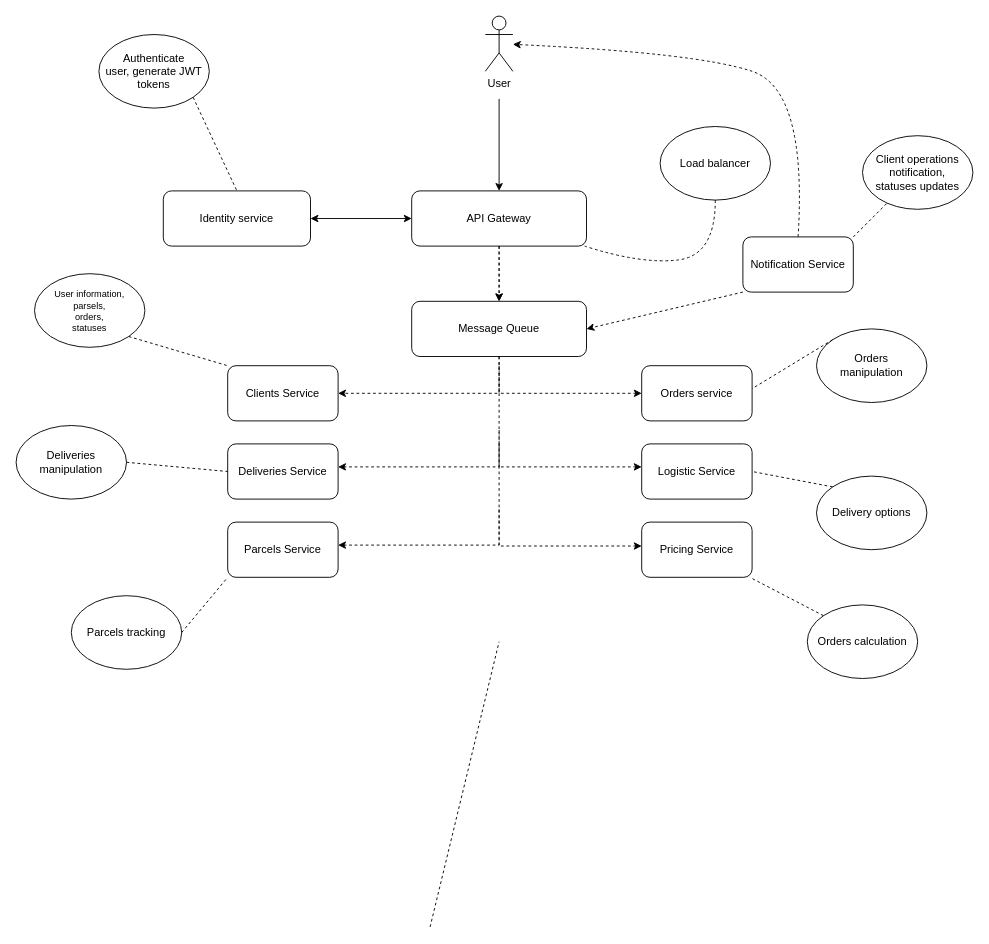
Before: post-service-arch.drawio in Fedoop1/post-service, a draw.io diagram. Source tidied: cells renumbered, new cells numbered last; positions are measured from the earlier drawing's top-left corner, leaving out a move shared by most shapes. Both pictures are drawn from the tidied source at 92%, with x=0, y=0 at pixel (16, 16).
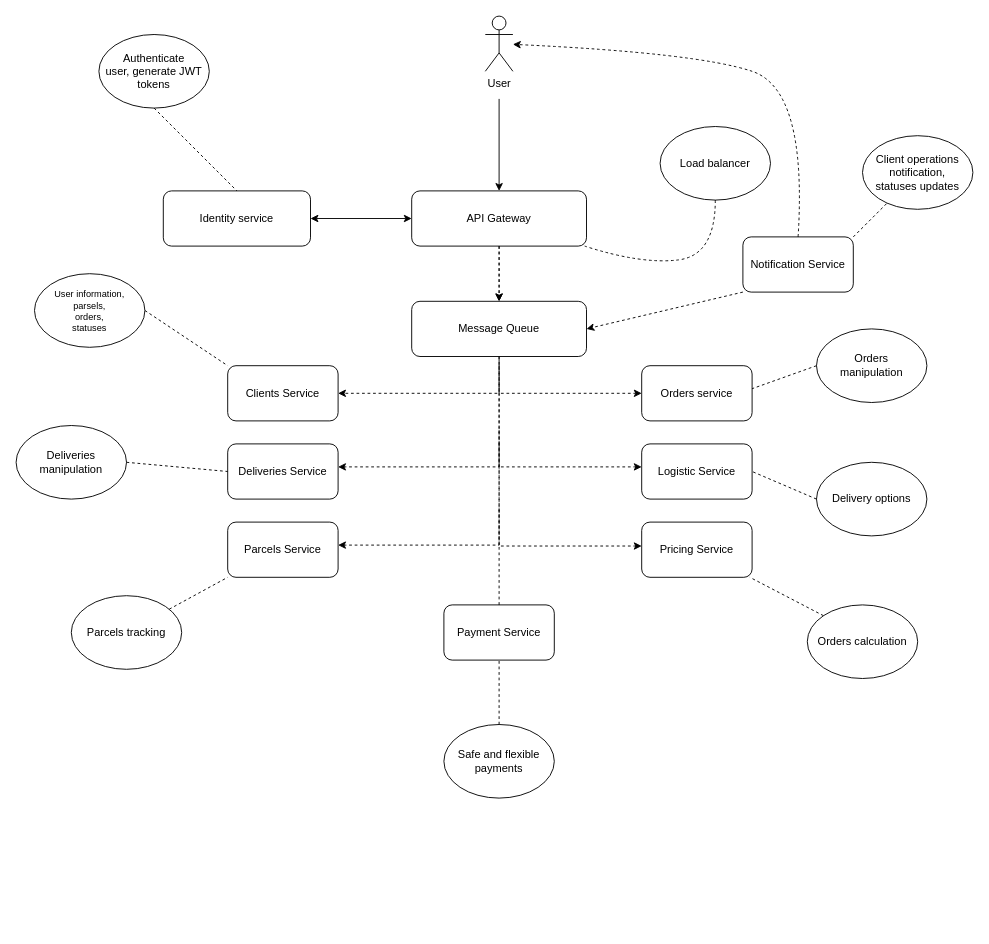
The same diagram, later.

Commit message (it also covers changes not shown here):
Update PostService diagrams

The change refers to these unchanged cells:
```xml
<mxCell id="6" value="Identity service" style="rounded=1;whiteSpace=wrap;html=1;" parent="1" vertex="1">
  <mxGeometry x="160" y="190" width="160" height="60" as="geometry" />
</mxCell>
<mxCell id="10" value="Clients Service" style="rounded=1;whiteSpace=wrap;html=1;" parent="1" vertex="1">
  <mxGeometry x="230" y="380" width="120" height="60" as="geometry" />
</mxCell>
<mxCell id="12" value="Parcels Service" style="rounded=1;whiteSpace=wrap;html=1;" parent="1" vertex="1">
  <mxGeometry x="230" y="550" width="120" height="60" as="geometry" />
</mxCell>
<mxCell id="14" value="Logistic Service" style="rounded=1;whiteSpace=wrap;html=1;" parent="1" vertex="1">
  <mxGeometry x="680" y="465" width="120" height="60" as="geometry" />
</mxCell>
<mxCell id="22" value="Authenticate&lt;br&gt;user, generate JWT tokens" style="ellipse;whiteSpace=wrap;html=1;" parent="1" vertex="1">
  <mxGeometry x="90" y="20" width="120" height="80" as="geometry" />
</mxCell>
<mxCell id="24" value="&lt;div&gt;&lt;span style=&quot;font-size: 10px&quot;&gt;User information,&lt;/span&gt;&lt;/div&gt;&lt;font style=&quot;font-size: 10px&quot;&gt;&lt;div&gt;&lt;span&gt;parsels,&lt;/span&gt;&lt;/div&gt;&lt;div&gt;&lt;span&gt;orders,&lt;/span&gt;&lt;/div&gt;&lt;div&gt;&lt;span&gt;statuses&lt;/span&gt;&lt;/div&gt;&lt;/font&gt;" style="ellipse;whiteSpace=wrap;html=1;align=center;" parent="1" vertex="1">
  <mxGeometry x="20" y="280" width="120" height="80" as="geometry" />
</mxCell>
<mxCell id="28" value="Parcels tracking&lt;br&gt;" style="ellipse;whiteSpace=wrap;html=1;" parent="1" vertex="1">
  <mxGeometry x="60" y="630" width="120" height="80" as="geometry" />
</mxCell>
<mxCell id="35" value="Orders &lt;br&gt;manipulation" style="ellipse;whiteSpace=wrap;html=1;" parent="1" vertex="1">
  <mxGeometry x="870" y="340" width="120" height="80" as="geometry" />
</mxCell>
```

Diff of the diagram source:
```diff
@@
-    <mxCell id="23" style="endArrow=none;dashed=1;html=1;rounded=0;exitX=1;exitY=1;exitDx=0;exitDy=0;entryX=0.5;entryY=0;entryDx=0;entryDy=0;" parent="1" edge="1" source="22" target="6">
+    <mxCell id="23" style="endArrow=none;dashed=1;html=1;rounded=0;exitX=0.5;exitY=1;exitDx=0;exitDy=0;entryX=0.5;entryY=0;entryDx=0;entryDy=0;" parent="1" edge="1" source="22" target="6">
       <mxGeometry relative="1" as="geometry" />
     </mxCell>
@@
-    <mxCell id="25" style="endArrow=none;dashed=1;html=1;rounded=0;exitX=1;exitY=1;exitDx=0;exitDy=0;entryX=0;entryY=0;entryDx=0;entryDy=0;" parent="1" edge="1" source="24" target="10">
+    <mxCell id="25" style="endArrow=none;dashed=1;html=1;rounded=0;exitX=1;exitY=0.5;exitDx=0;exitDy=0;entryX=0;entryY=0;entryDx=0;entryDy=0;" parent="1" edge="1" source="24" target="10">
       <mxGeometry relative="1" as="geometry" />
     </mxCell>
@@
-    <mxCell id="29" style="endArrow=none;dashed=1;html=1;rounded=0;exitX=1;exitY=0.5;exitDx=0;exitDy=0;entryX=0;entryY=1;entryDx=0;entryDy=0;" parent="1" edge="1" source="28" target="12">
+    <mxCell id="29" style="endArrow=none;dashed=1;html=1;rounded=0;entryX=0;entryY=1;entryDx=0;entryDy=0;" parent="1" edge="1" source="28" target="12">
       <mxGeometry relative="1" as="geometry" />
     </mxCell>
-    <mxCell id="30" style="endArrow=none;dashed=1;html=1;rounded=0;exitX=1;exitY=0.5;exitDx=0;exitDy=0;entryX=0.5;entryY=1;entryDx=0;entryDy=0;" parent="1" edge="1">
-      <mxGeometry relative="1" as="geometry">
-        <mxPoint x="450" y="990" as="sourcePoint" />
-        <mxPoint x="525" y="680" as="targetPoint" />
-      </mxGeometry>
-    </mxCell>
@@
     <mxCell id="33" value="Delivery options" style="ellipse;whiteSpace=wrap;html=1;" parent="1" vertex="1">
-      <mxGeometry x="870" y="500" width="120" height="80" as="geometry" />
+      <mxGeometry x="870" y="485" width="120" height="80" as="geometry" />
     </mxCell>
-    <mxCell id="34" style="endArrow=none;dashed=1;html=1;rounded=0;exitX=0;exitY=0;exitDx=0;exitDy=0;entryX=1;entryY=0.5;entryDx=0;entryDy=0;" parent="1" edge="1" source="33" target="14">
+    <mxCell id="34" style="endArrow=none;dashed=1;html=1;rounded=0;exitX=0;exitY=0.5;exitDx=0;exitDy=0;entryX=1;entryY=0.5;entryDx=0;entryDy=0;" parent="1" edge="1" source="33" target="14">
       <mxGeometry relative="1" as="geometry" />
     </mxCell>
@@
-    <mxCell id="36" style="endArrow=none;dashed=1;html=1;rounded=0;exitX=0;exitY=0;exitDx=0;exitDy=0;entryX=1;entryY=0.5;entryDx=0;entryDy=0;" parent="1" edge="1" source="35">
+    <mxCell id="36" style="endArrow=none;dashed=1;html=1;rounded=0;exitX=0;exitY=0.5;exitDx=0;exitDy=0;entryX=1;entryY=0.5;entryDx=0;entryDy=0;" parent="1" edge="1" source="35">
       <mxGeometry relative="1" as="geometry">
         <mxPoint x="800" y="405" as="targetPoint" />
       </mxGeometry>
     </mxCell>
@@
+    <mxCell id="44" value="Payment Service" style="rounded=1;whiteSpace=wrap;html=1;" parent="1" vertex="1">
+      <mxGeometry x="465" y="640" width="120" height="60" as="geometry" />
+    </mxCell>
+    <mxCell id="45" style="endArrow=none;dashed=1;html=1;rounded=0;exitX=0.5;exitY=0;exitDx=0;exitDy=0;" parent="1" edge="1" source="44">
+      <mxGeometry relative="1" as="geometry">
+        <mxPoint x="525" y="370" as="targetPoint" />
+      </mxGeometry>
+    </mxCell>
+    <mxCell id="46" value="Safe and flexible&lt;br&gt;payments" style="ellipse;whiteSpace=wrap;html=1;" parent="1" vertex="1">
+      <mxGeometry x="465" y="770" width="120" height="80" as="geometry" />
+    </mxCell>
+    <mxCell id="47" style="endArrow=none;dashed=1;html=1;rounded=0;exitX=0.5;exitY=0;exitDx=0;exitDy=0;entryX=0.5;entryY=1;entryDx=0;entryDy=0;" parent="1" edge="1" source="46" target="44">
+      <mxGeometry relative="1" as="geometry" />
+    </mxCell>
```
